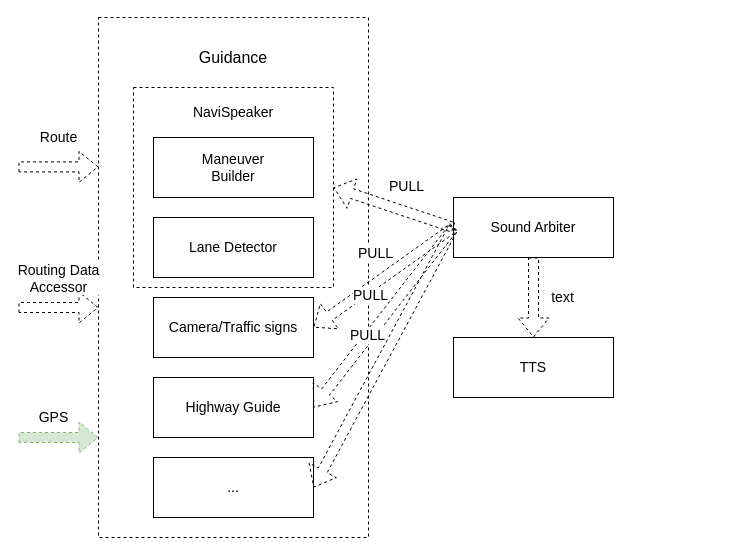
blueye/ixp.github.io keeps this draw.io diagram as page "Page-4" (4 of 9) of Untitled Diagram.drawio. Above is the earlier version. Source tidied: cells renumbered, new cells numbered last; positions are measured from the earlier drawing's top-left corner, leaving out a move shared by most shapes. Both pictures are drawn from the tidied source at 100%, with x=0, y=0 at pixel (18, 17).
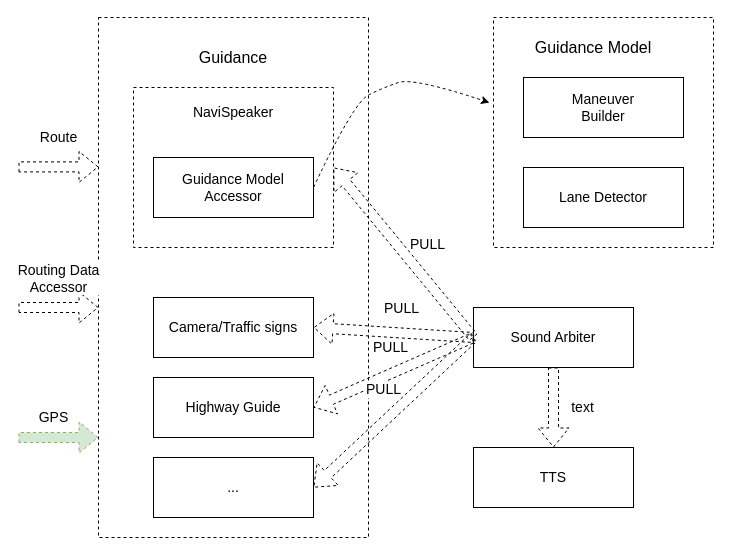
Above is the later version.

The edit, as a diff of the source:
```diff
@@
+    <mxCell id="21" style="rounded=0;whiteSpace=wrap;html=1;dashed=1;" parent="1" vertex="1">
+      <mxGeometry x="475" width="220" height="230" as="geometry" />
+    </mxCell>
@@
     <mxCell id="3" style="rounded=0;whiteSpace=wrap;html=1;dashed=1;" parent="1" vertex="1">
-      <mxGeometry x="115" y="70" width="200" height="200" as="geometry" />
+      <mxGeometry x="115" y="70" width="200" height="160" as="geometry" />
     </mxCell>
     <mxCell id="4" value="&lt;font style=&quot;font-size: 14px&quot;&gt;Maneuver&lt;br&gt;Builder&lt;/font&gt;" style="rounded=0;whiteSpace=wrap;html=1;" parent="1" vertex="1">
-      <mxGeometry x="135" y="120" width="160" height="60" as="geometry" />
+      <mxGeometry x="505" y="60" width="160" height="60" as="geometry" />
     </mxCell>
-    <mxCell id="5" value="&lt;font style=&quot;font-size: 14px&quot;&gt;Lane Detector&lt;/font&gt;" style="rounded=0;whiteSpace=wrap;html=1;" parent="1" vertex="1">
-      <mxGeometry x="135" y="200" width="160" height="60" as="geometry" />
+    <mxCell id="5" value="&lt;font style=&quot;font-size: 14px&quot;&gt;Guidance Model Accessor&lt;/font&gt;" style="rounded=0;whiteSpace=wrap;html=1;" parent="1" vertex="1">
+      <mxGeometry x="135" y="140" width="160" height="60" as="geometry" />
     </mxCell>
@@
     <mxCell id="10" value="&lt;font style=&quot;font-size: 14px&quot;&gt;Sound Arbiter&lt;/font&gt;" style="rounded=0;whiteSpace=wrap;html=1;" parent="1" vertex="1">
-      <mxGeometry x="435" y="180" width="160" height="60" as="geometry" />
+      <mxGeometry x="455" y="290" width="160" height="60" as="geometry" />
     </mxCell>
     <mxCell id="11" value="&lt;font style=&quot;font-size: 14px&quot;&gt;TTS&lt;/font&gt;" style="rounded=0;whiteSpace=wrap;html=1;" parent="1" vertex="1">
-      <mxGeometry x="435" y="320" width="160" height="60" as="geometry" />
+      <mxGeometry x="455" y="430" width="160" height="60" as="geometry" />
     </mxCell>
@@
     <mxCell id="16" value="&lt;font style=&quot;font-size: 14px&quot;&gt;PULL&lt;/font&gt;" style="shape=flexArrow;endArrow=classic;html=1;dashed=1;entryX=1;entryY=0.5;entryDx=0;entryDy=0;" parent="1" edge="1" target="3">
       <mxGeometry x="-0.08" y="-24" relative="1" as="geometry">
-        <mxPoint x="435" y="210" as="sourcePoint" />
+        <mxPoint x="455" y="320" as="sourcePoint" />
       </mxGeometry>
     </mxCell>
@@
+    <mxCell id="22" value="&lt;font style=&quot;font-size: 14px&quot;&gt;Lane Detector&lt;/font&gt;" style="rounded=0;whiteSpace=wrap;html=1;" parent="1" vertex="1">
+      <mxGeometry x="505" y="150" width="160" height="60" as="geometry" />
+    </mxCell>
+    <mxCell id="23" value="&lt;font style=&quot;font-size: 16px&quot;&gt;Guidance Model&lt;/font&gt;" style="text;html=1;strokeColor=none;fillColor=none;align=center;verticalAlign=middle;whiteSpace=wrap;rounded=0;dashed=1;fontSize=16;" parent="1" vertex="1">
+      <mxGeometry x="515" y="20" width="120" height="20" as="geometry" />
+    </mxCell>
+    <mxCell id="24" style="curved=1;endArrow=classic;html=1;exitX=1;exitY=0.5;exitDx=0;exitDy=0;entryX=-0.018;entryY=0.37;entryDx=0;entryDy=0;entryPerimeter=0;dashed=1;" parent="1" edge="1" source="5" target="21">
+      <mxGeometry relative="1" as="geometry">
+        <Array as="points">
+          <mxPoint x="335" y="85" />
+          <mxPoint x="365" y="70" />
+          <mxPoint x="395" y="60" />
+        </Array>
+      </mxGeometry>
+    </mxCell>
```
